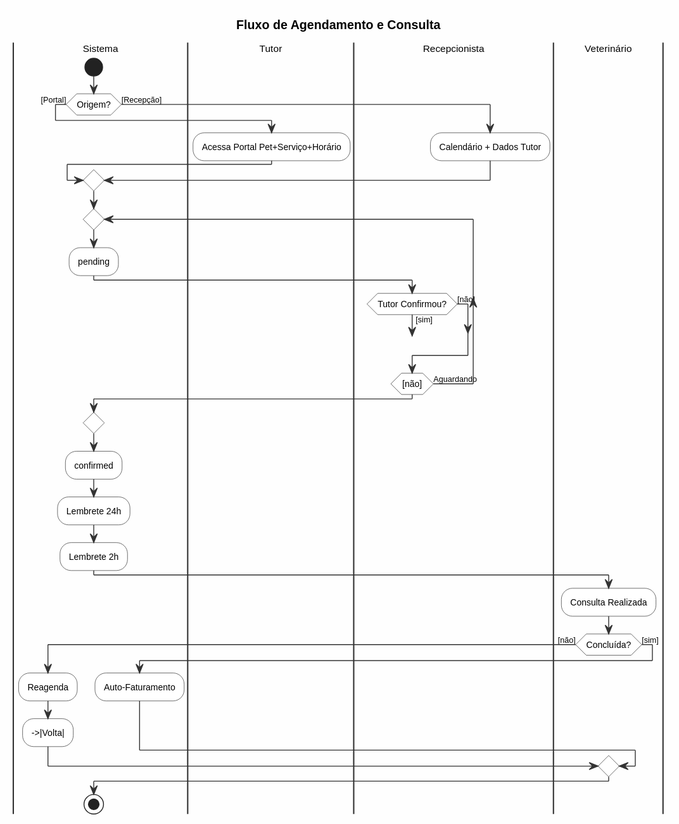
The PlantUML diagram resources/docs/diagrams/16-fluxo-agendamento.svg in hlmitecnologia/vetessence, before a commit.
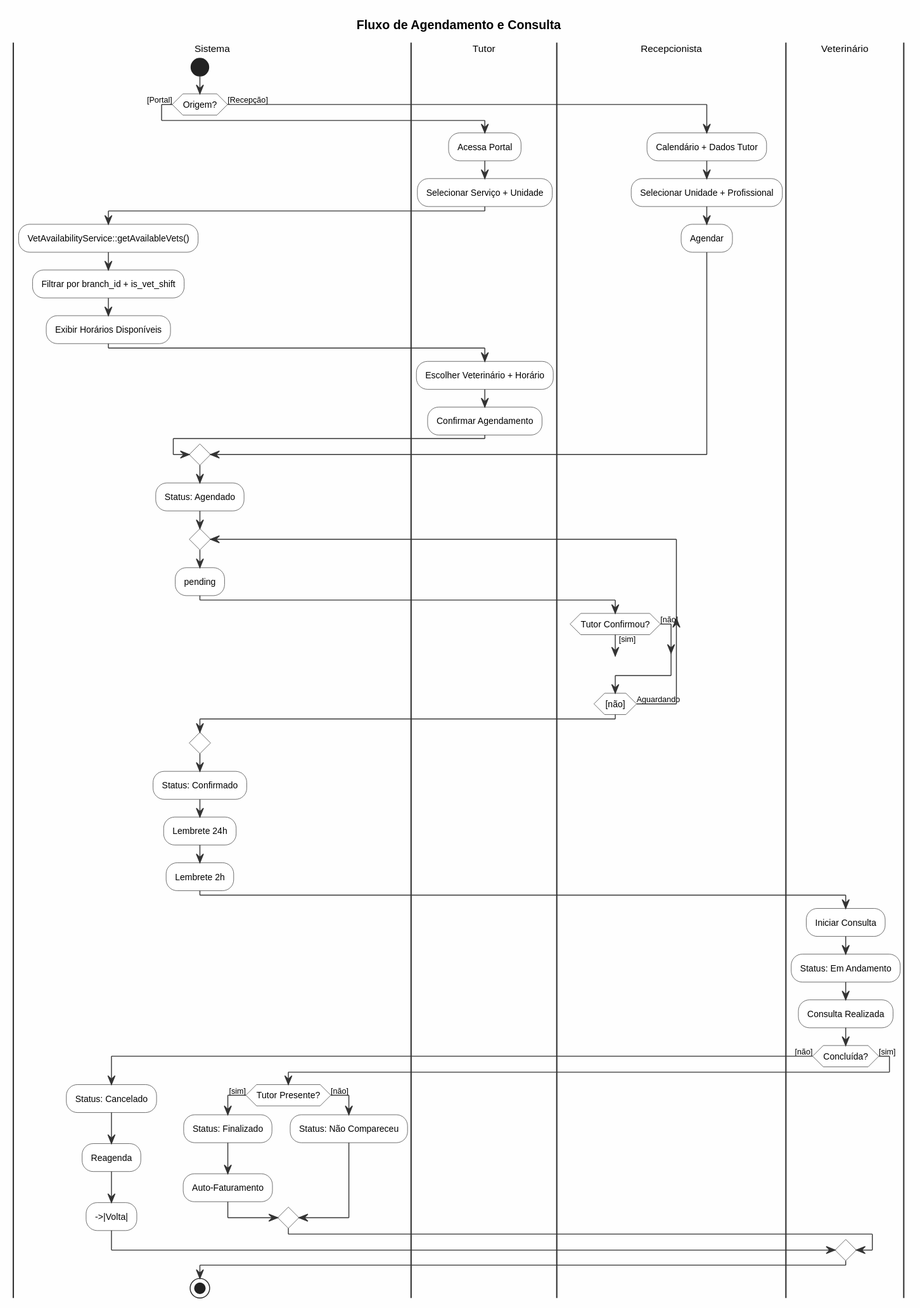
The same diagram one commit later.

Diff of the diagram source:
```diff
@@ -7,13 +7,25 @@
 start
 if (Origem?) then ([Portal])
   |Tutor|
-  :Acessa Portal Pet+Serviço+Horário;
+  :Acessa Portal;
+  :Selecionar Serviço + Unidade;
+  |Sistema|
+  :VetAvailabilityService::getAvailableVets();
+  :Filtrar por branch_id + is_vet_shift;
+  :Exibir Horários Disponíveis;
+  |Tutor|
+  :Escolher Veterinário + Horário;
+  :Confirmar Agendamento;
 else ([Recepção])
   |Recepcionista|
   :Calendário + Dados Tutor;
+  :Selecionar Unidade + Profissional;
+  :Agendar;
 endif
 
 |Sistema|
+:Status: Agendado;
+
 repeat
   :pending;
 
@@ -25,22 +37,32 @@
 repeat while ([não]) is (Aguardando)
 
 |Sistema|
-:confirmed;
+:Status: Confirmado;
 
 :Lembrete 24h;
 
 :Lembrete 2h;
 
 |Veterinário|
+:Iniciar Consulta;
+:Status: Em Andamento;
+
 :Consulta Realizada;
 
 if (Concluída?) then ([não])
   |Sistema|
+  :Status: Cancelado;
   :Reagenda;
   -->|Volta|
 else ([sim])
-  |Sistema|
-  :Auto-Faturamento;
+  if (Tutor Presente?) then ([sim])
+    |Sistema|
+    :Status: Finalizado;
+    :Auto-Faturamento;
+  else ([não])
+    |Sistema|
+    :Status: Não Compareceu;
+  endif
 endif
 
 stop
```
